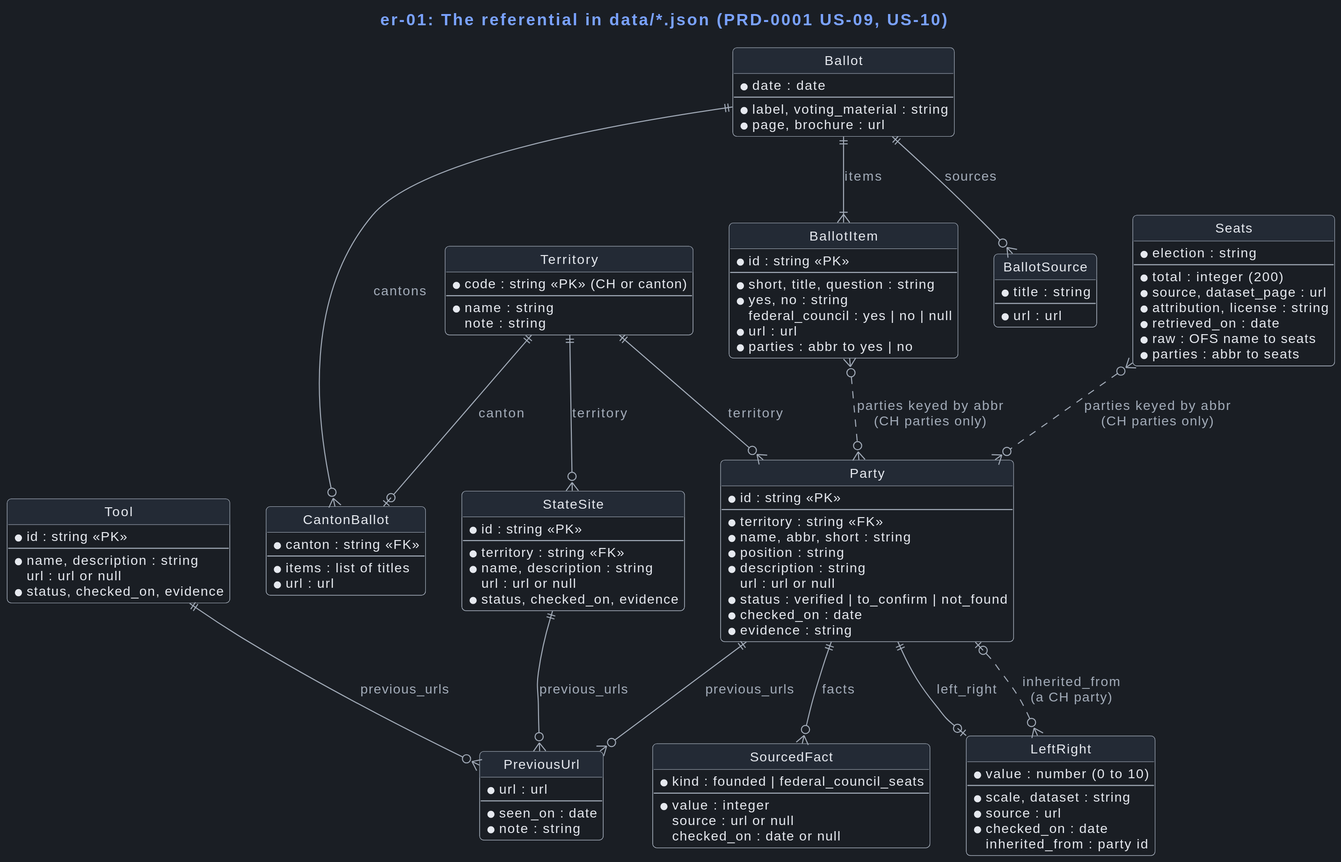
Above: docs/plans/active/swiss-politics-launcher/views/dark/er-01-referential.svg in VictorHueni/civic-compass (PlantUML), before the change.
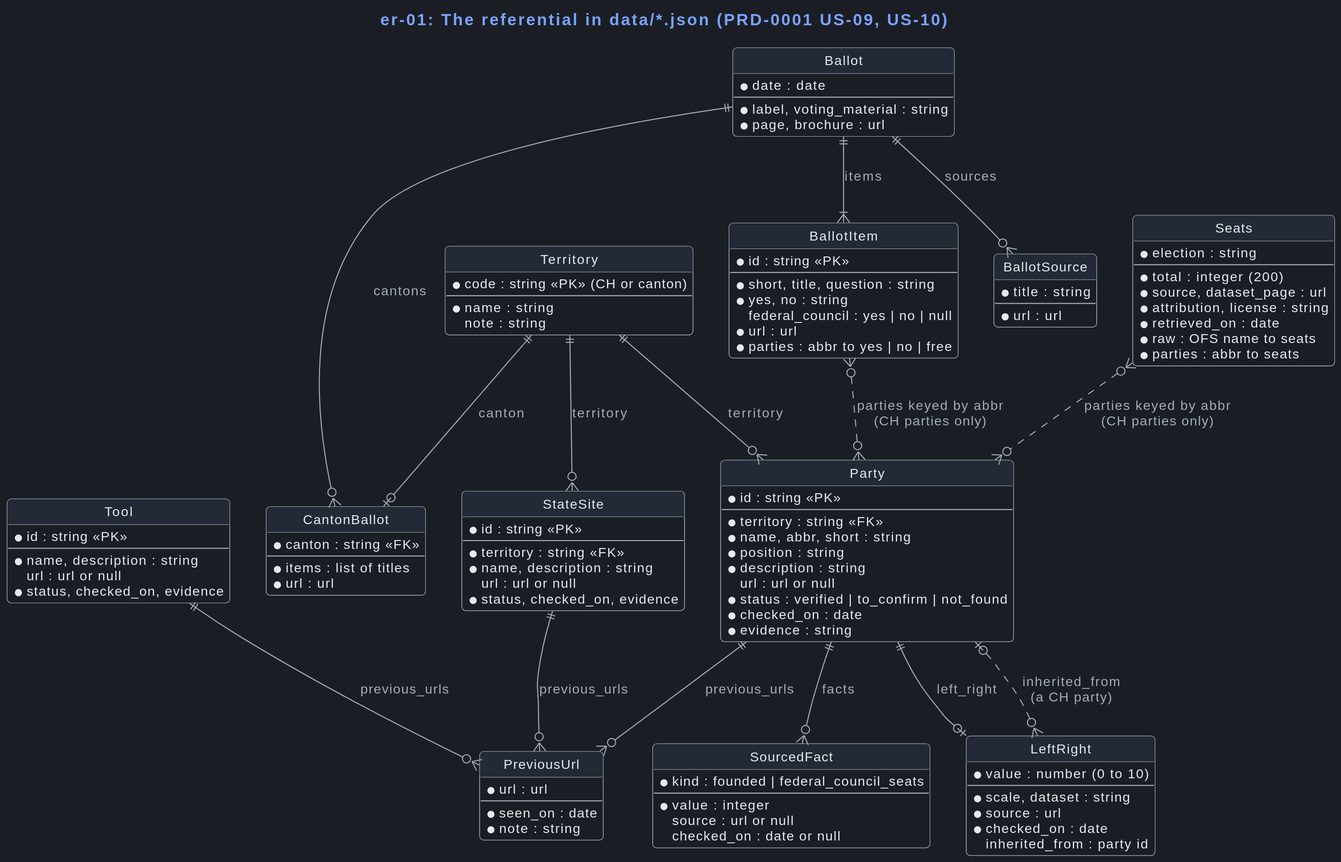
After the change.

Change to the diagram source:
```diff
@@ -77,7 +77,7 @@
   * yes, no : string
   federal_council : yes | no | null
   * url : url
-  * parties : abbr to yes | no
+  * parties : abbr to yes | no | free
 }
 
 entity CantonBallot {
```
